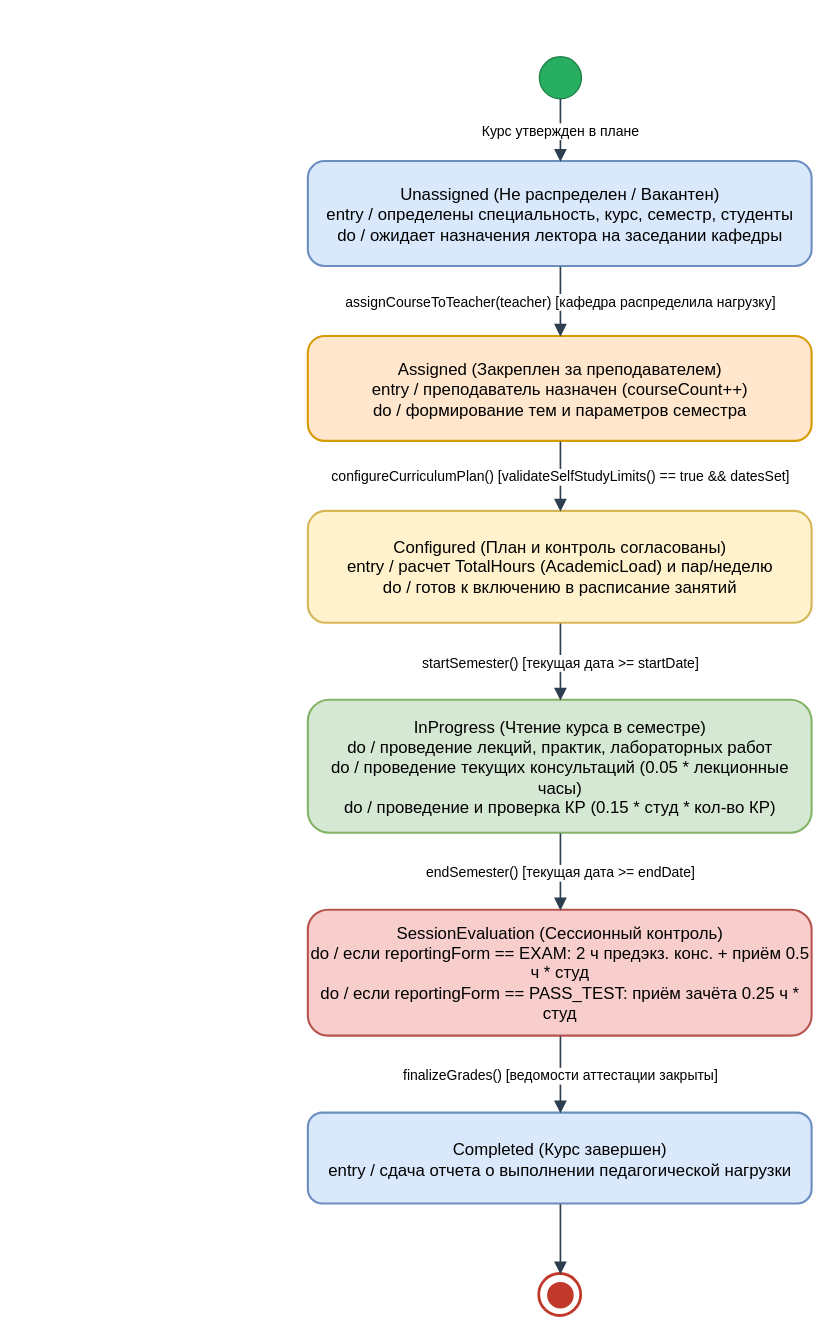
Above: lab-3/state_diagram.drawio.svg in NomenConservandum/informational-systems-and-design-lab-exercises (PlantUML), before the change. Its source is kept beside it as lab-3/state_diagram.puml.
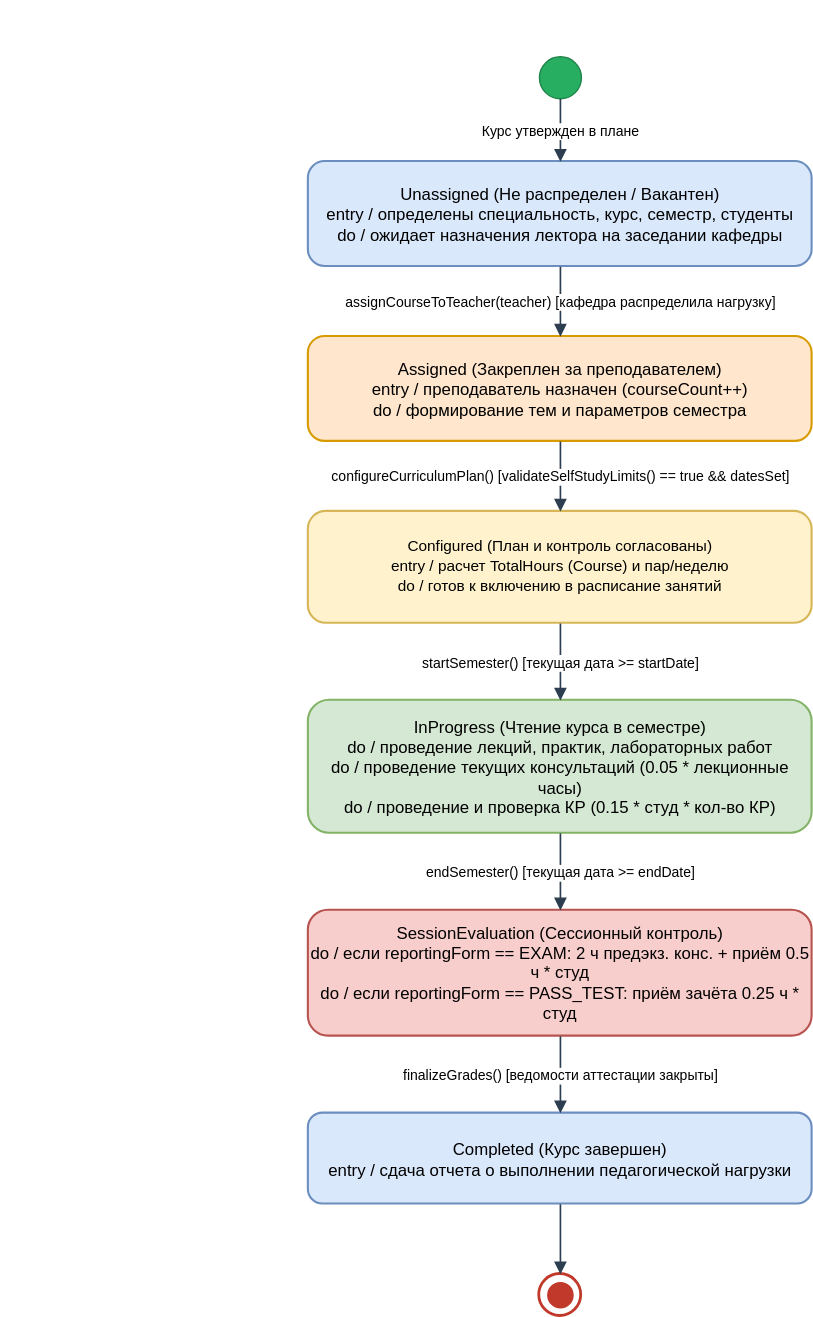
Above is the later version.

The edit, as a diff of the source:
```diff
@@ -28,7 +28,7 @@
 Assigned --> Configured : configureCurriculumPlan()\n[validateSelfStudyLimits() == true && datesSet]
 
 state Configured as "Configured\n(Календарный план и контроль согласованы)" {
-    Configured : entry / расчет TotalHours (AcademicLoad) и пар/неделю (CourseSchedule)
+    Configured : entry / расчет TotalHours (Course) и пар/неделю (CourseSchedule)
     Configured : do / готов к включению в расписание учебных занятий
 }
 
```
